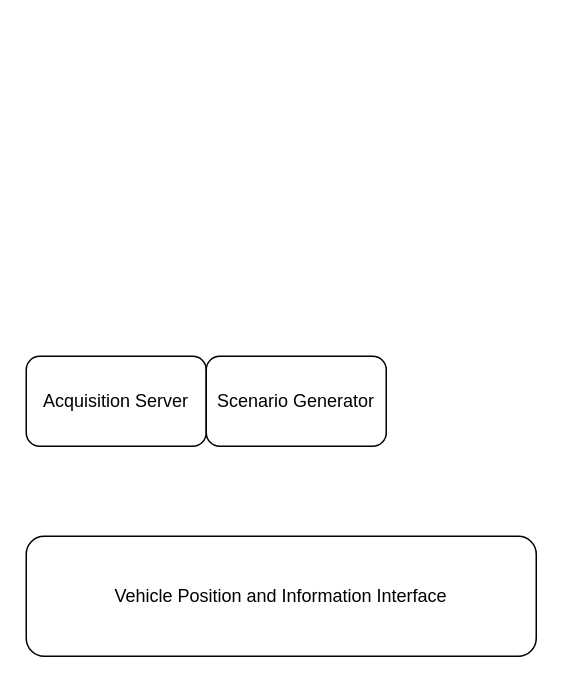
Before: page "Blockdiagram" (1 of 3) of GNSS Datalogger Blockdiagram.drawio in torejohansson97/tightly-coupled-gnss-data-logger, a draw.io diagram. Source tidied: cells renumbered, new cells numbered last; positions are measured from the earlier drawing's top-left corner, leaving out a move shared by most shapes. Both pictures are drawn from the tidied source at 150%, with x=0, y=0 at pixel (26, 356).
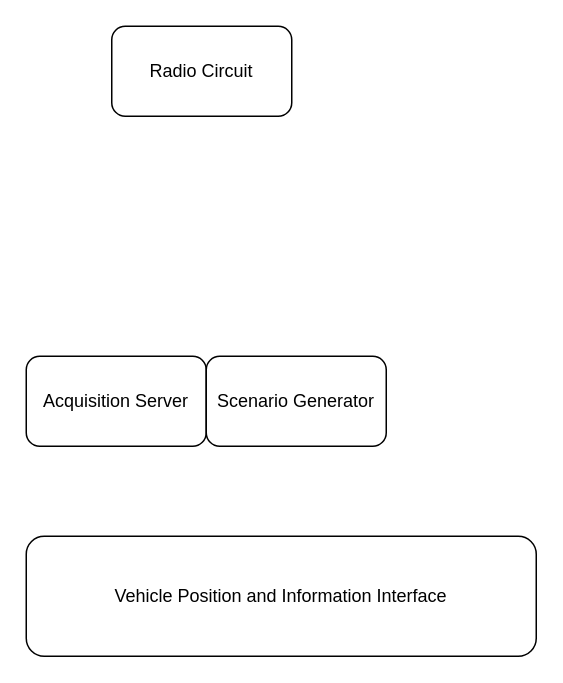
The same page after the edit.

Commit message:
Mettre à jour GNSS Datalogger Blockdiagram.drawio

Change to the diagram source:
```diff
@@
 <mxGraphModel>
   <root>
     <mxCell id="0" />
     <mxCell id="1" parent="0" />
     <mxCell id="2" value="Vehicle Position and Information Interface " style="rounded=1;whiteSpace=wrap;html=1;" parent="1" vertex="1">
       <mxGeometry y="120" width="340" height="80" as="geometry" />
     </mxCell>
     <mxCell id="3" value="Acquisition Server" style="rounded=1;whiteSpace=wrap;html=1;" parent="1" vertex="1">
       <mxGeometry width="120" height="60" as="geometry" />
     </mxCell>
     <mxCell id="4" value="Scenario Generator" style="rounded=1;whiteSpace=wrap;html=1;" parent="1" vertex="1">
       <mxGeometry x="120" width="120" height="60" as="geometry" />
     </mxCell>
+    <mxCell id="5" value="Radio Circuit" style="rounded=1;whiteSpace=wrap;html=1;" parent="1" vertex="1">
+      <mxGeometry x="57" y="-220" width="120" height="60" as="geometry" />
+    </mxCell>
   </root>
 </mxGraphModel>
```
